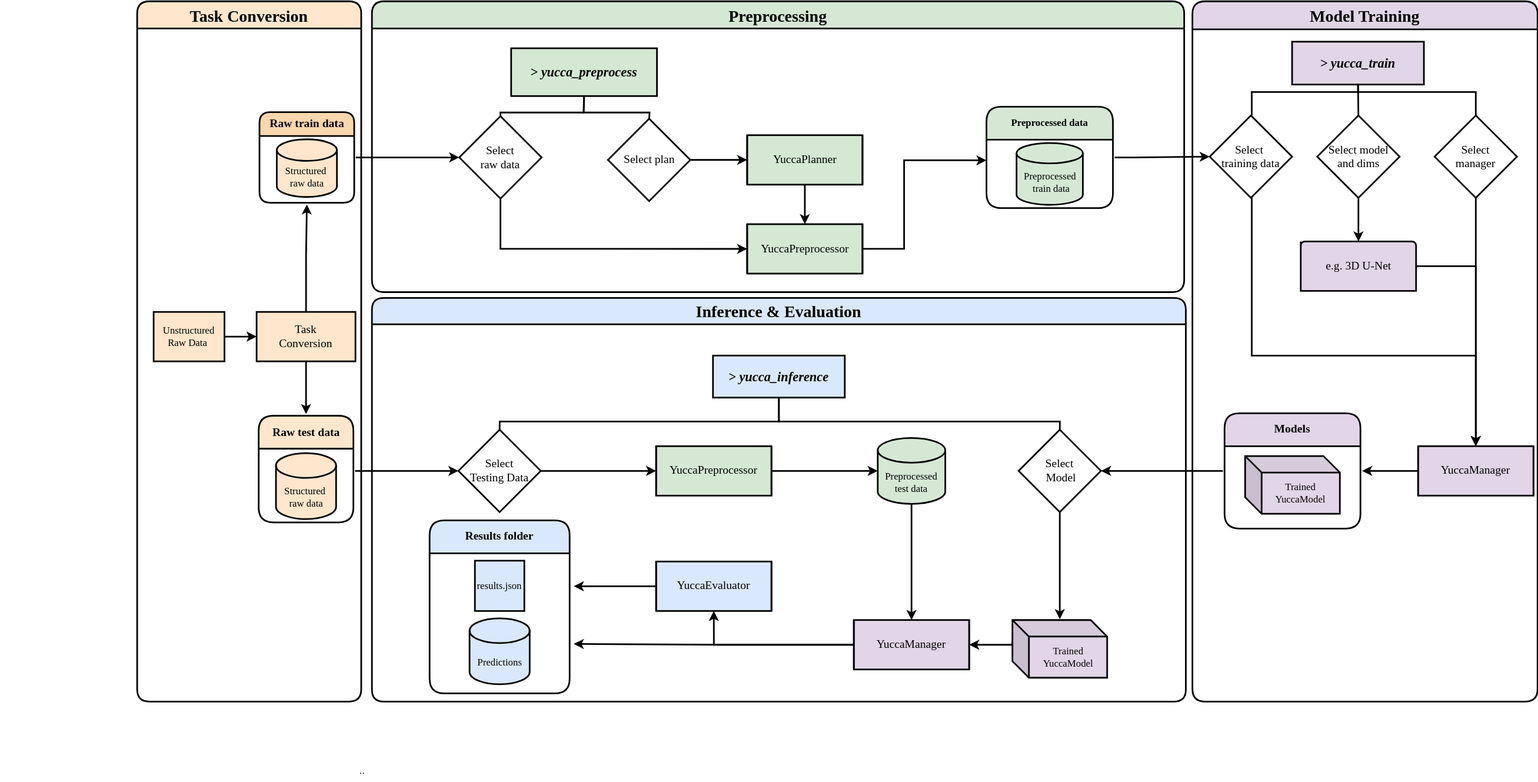
Sllambias/yucca keeps this draw.io diagram as yucca/documentation/illustrations/yucca_diagram.svg. Above is the earlier version. Source tidied: cells renumbered, new cells last; positions are measured from the earlier drawing's top-left corner, leaving out a move shared by most shapes.
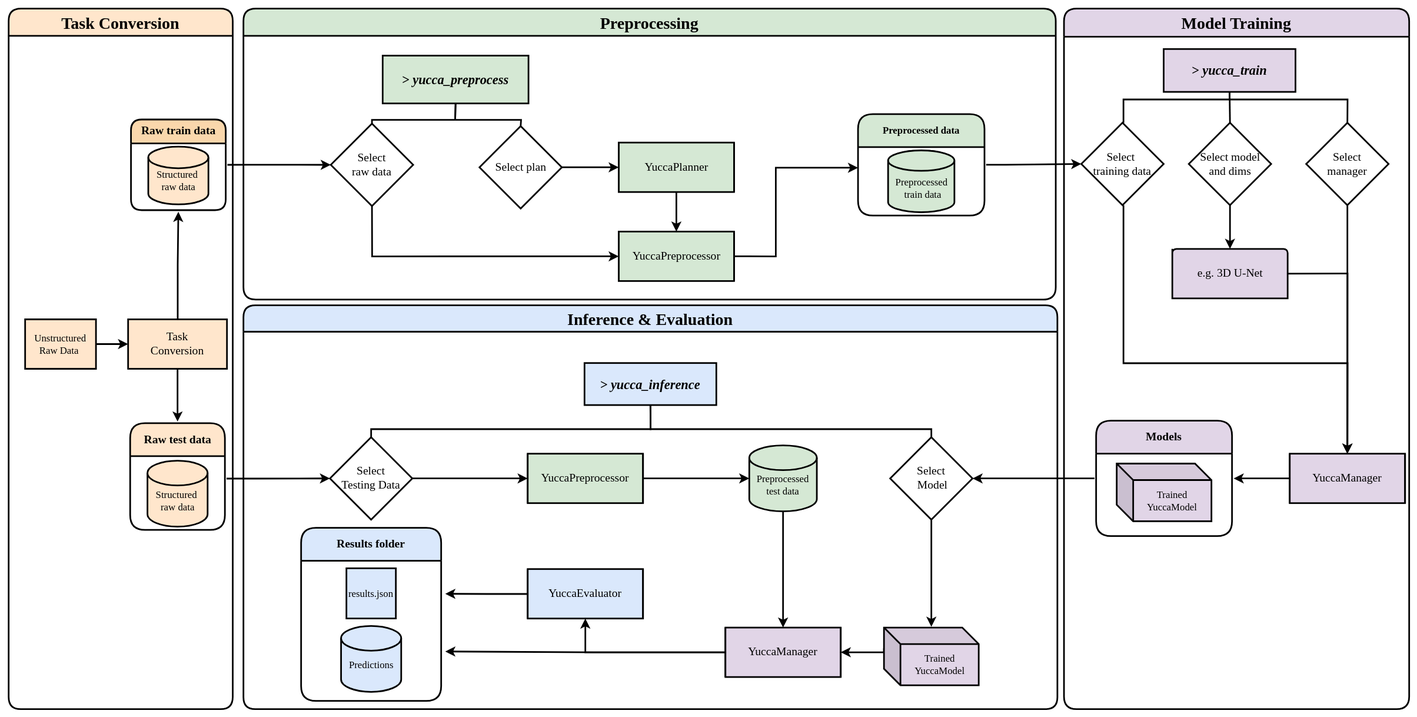
After the change.

Change to the diagram source:
```diff
@@ -1,7 +1,10 @@
-<mxGraphModel background="#ffffff">
+<mxGraphModel background="#FFFFFF">
   <root>
     <mxCell id="0" />
     <mxCell id="1" parent="0" />
+    <mxCell id="71" style="rounded=0;whiteSpace=wrap;html=1;strokeColor=none;backgroundOutline=0;fillColor=default;" parent="1" vertex="1">
+      <mxGeometry x="148" y="-10" width="1720" height="870" as="geometry" />
+    </mxCell>
     <mxCell id="2" value="&lt;font style=&quot;font-size: 20px;&quot; face=&quot;Times New Roman&quot;&gt;Preprocessing&lt;/font&gt;" style="swimlane;whiteSpace=wrap;html=1;startSize=33;fillColor=#d5e8d4;strokeColor=#000000;swimlaneFillColor=none;fillStyle=auto;perimeterSpacing=2;labelBackgroundColor=none;rounded=1;strokeWidth=2;" parent="1" vertex="1">
       <mxGeometry x="443" width="986" height="353" as="geometry" />
     </mxCell>
@@ -241,13 +244,10 @@
     </mxCell>
     <mxCell id="63" style="edgeStyle=orthogonalEdgeStyle;rounded=0;orthogonalLoop=1;jettySize=auto;html=1;entryX=0.967;entryY=0.6;entryDx=0;entryDy=0;entryPerimeter=0;strokeWidth=2;" parent="1" edge="1">
       <mxGeometry relative="1" as="geometry">
-        <mxPoint y="449" as="sourcePoint" />
-        <mxPoint y="449" as="targetPoint" />
+        <mxPoint x="160" y="449" as="sourcePoint" />
+        <mxPoint x="160" y="449" as="targetPoint" />
       </mxGeometry>
     </mxCell>
-    <mxCell id="64" value=".." style="text;html=1;align=center;verticalAlign=middle;strokeColor=none;fillColor=none;strokeWidth=2;" parent="1" vertex="1">
-      <mxGeometry x="418" y="921" width="25" height="26" as="geometry" />
-    </mxCell>
     <mxCell id="65" style="edgeStyle=orthogonalEdgeStyle;rounded=0;jettySize=auto;html=1;entryX=0.5;entryY=1;entryDx=0;entryDy=0;strokeWidth=2;" parent="1" edge="1" source="24" target="16">
       <mxGeometry relative="1" as="geometry" />
     </mxCell>
```
